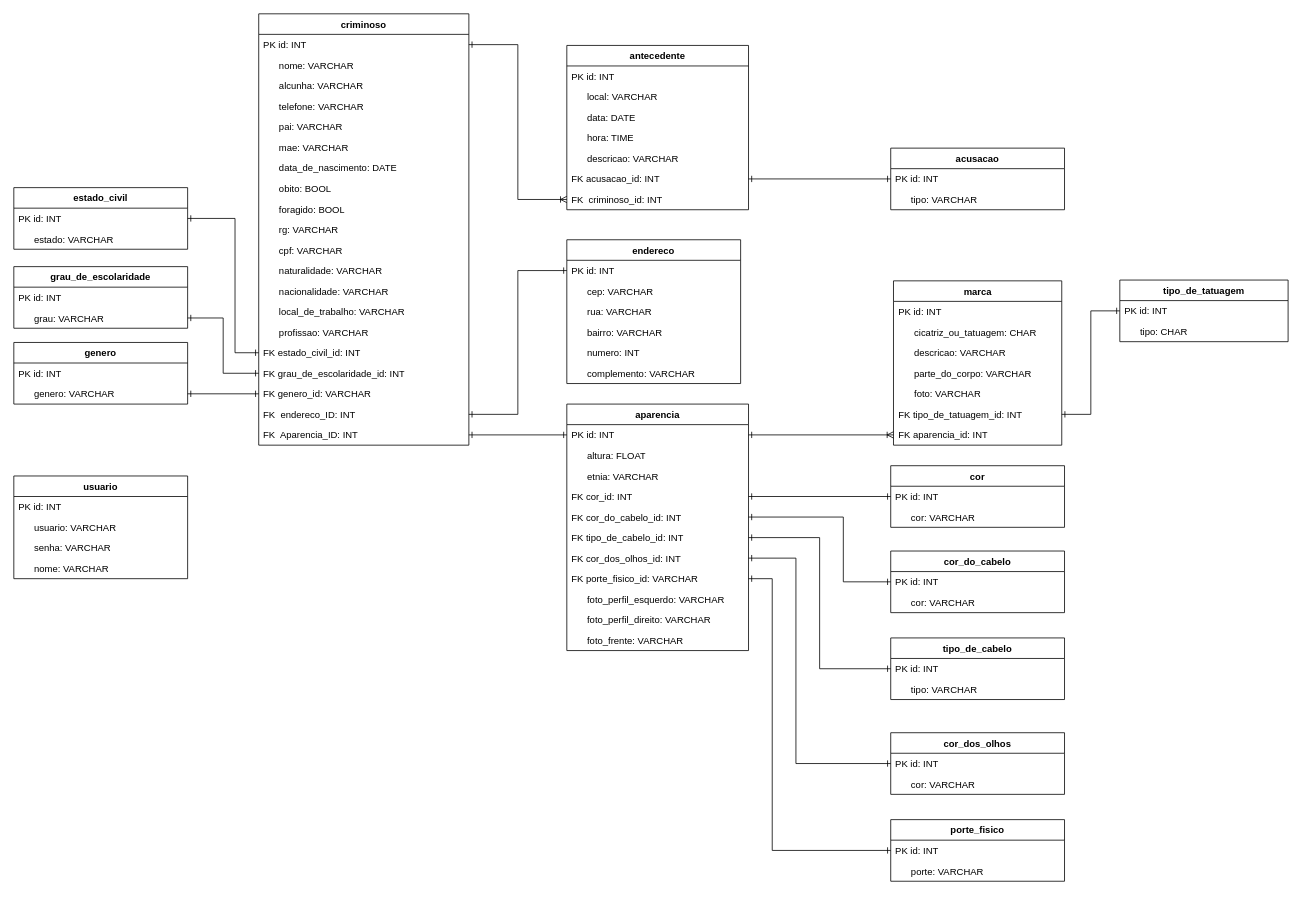
This is Fotos/UML/BancoDeDadosUML.drawio from PlazaJulio/pcproject, a draw.io file, before an edit. Source tidied: cells renumbered, new cells numbered last; positions are measured from the earlier drawing's top-left corner, leaving out a move shared by most shapes. Both pictures are drawn from the tidied source at 79%, with x=0, y=0 at pixel (13, 13).
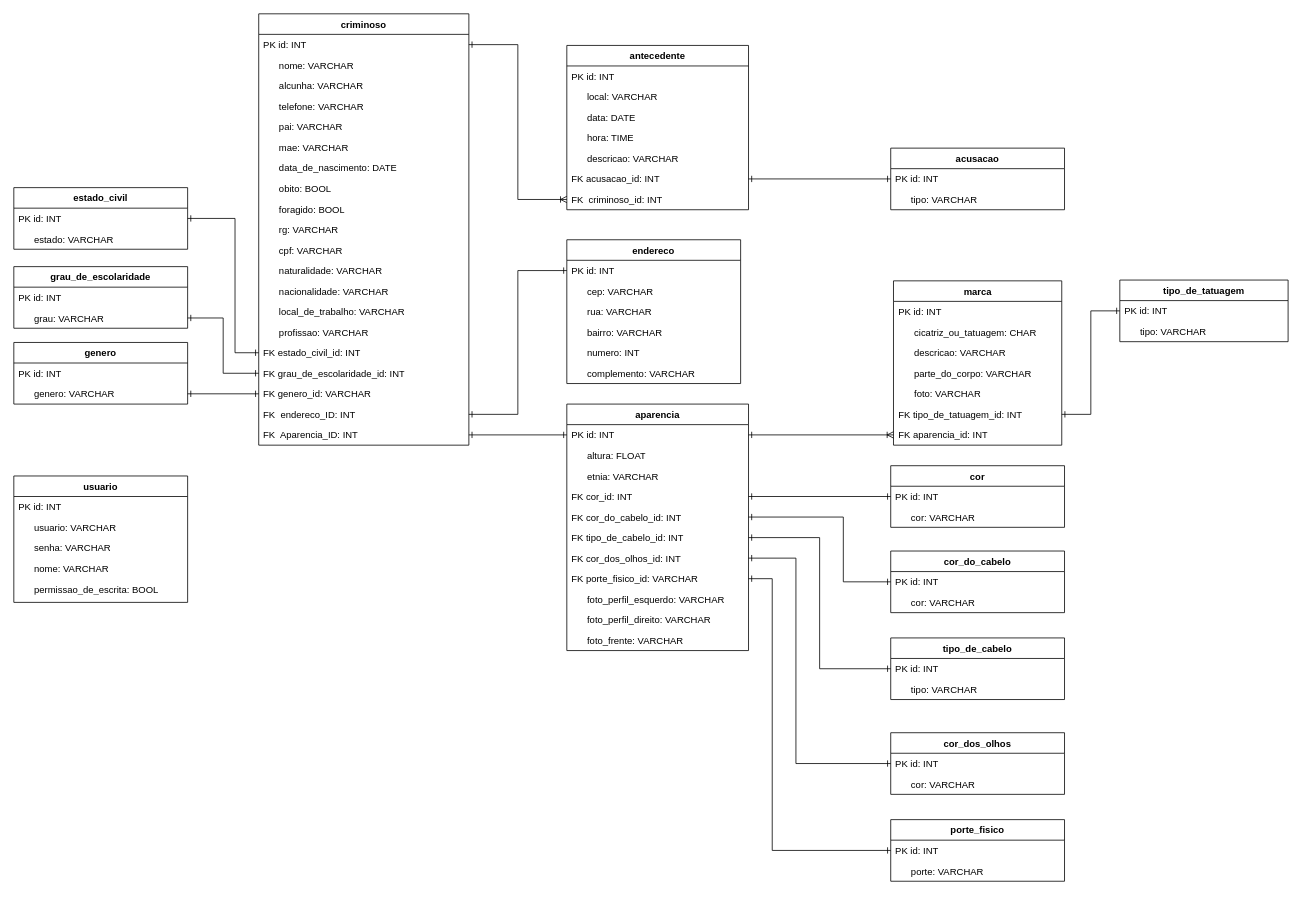
After the change.

Commit message (it also covers changes not shown here):
Alteração dos campos no UML

The change refers to these unchanged cells:
```xml
<mxCell id="97" value="tipo_de_tatuagem" style="swimlane;fontStyle=1;align=center;verticalAlign=top;horizontal=1;startSize=26;whiteSpace=wrap;html=1;" parent="1" vertex="1">
  <mxGeometry x="1400" y="337" width="213" height="78" as="geometry" />
</mxCell>
```

What changed in the source:
```diff
@@
-    <mxCell id="99" value="&amp;nbsp; &amp;nbsp; &amp;nbsp; tipo: CHAR" style="text;strokeColor=none;fillColor=none;align=left;verticalAlign=top;spacingLeft=4;spacingRight=4;overflow=hidden;whiteSpace=wrap;html=1;" parent="97" vertex="1">
+    <mxCell id="99" value="&amp;nbsp; &amp;nbsp; &amp;nbsp; tipo: VARCHAR" style="text;strokeColor=none;fillColor=none;align=left;verticalAlign=top;spacingLeft=4;spacingRight=4;overflow=hidden;whiteSpace=wrap;html=1;" parent="97" vertex="1">
       <mxGeometry y="52" width="213" height="26" as="geometry" />
     </mxCell>
@@
     <mxCell id="102" value="usuario" style="swimlane;fontStyle=1;align=center;verticalAlign=top;horizontal=1;startSize=26;whiteSpace=wrap;html=1;" parent="1" vertex="1">
-      <mxGeometry y="585" width="220" height="130" as="geometry" />
+      <mxGeometry y="585" width="220" height="160" as="geometry" />
     </mxCell>
@@
+    <mxCell id="107" value="&amp;nbsp; &amp;nbsp; &amp;nbsp; permissao_de_escrita: BOOL" style="text;strokeColor=none;fillColor=none;align=left;verticalAlign=top;spacingLeft=4;spacingRight=4;overflow=hidden;whiteSpace=wrap;html=1;" parent="102" vertex="1">
+      <mxGeometry y="130" width="220" height="30" as="geometry" />
+    </mxCell>
```
